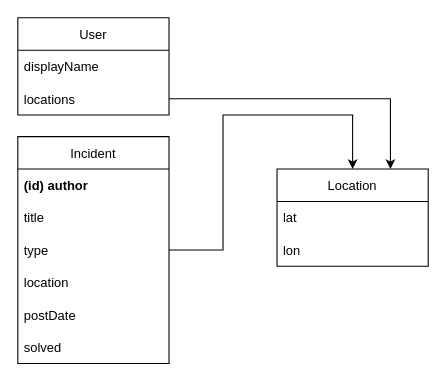
The draw.io diagram lostnfound-api/docs/domain-model.drawio in moraruvm/lost-n-found, before the edit. Source tidied: cells renumbered, new cells numbered last; positions are measured from the earlier drawing's top-left corner, leaving out a move shared by most shapes. Both pictures are drawn from the tidied source at 108%, with x=0, y=0 at pixel (17, 17).
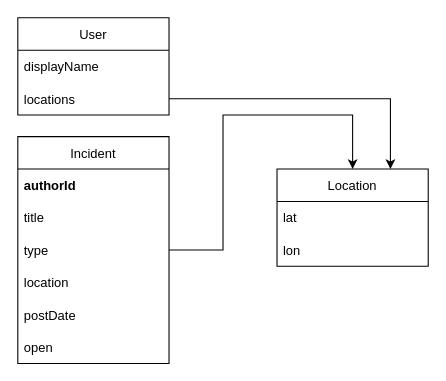
The same page after the edit.

Change to the diagram source:
```diff
@@
 <mxGraphModel>
   <root>
     <mxCell id="0" />
     <mxCell id="1" parent="0" />
     <mxCell id="2" value="User" style="swimlane;fontStyle=0;horizontal=1;startSize=30;" parent="1" vertex="1">
       <mxGeometry width="140" height="90" as="geometry" />
     </mxCell>
     <mxCell id="3" value="displayName" style="text;strokeColor=none;fillColor=none;align=left;verticalAlign=middle;spacingLeft=4;spacingRight=4;overflow=hidden;" parent="2" vertex="1">
       <mxGeometry y="30" width="140" height="30" as="geometry" />
     </mxCell>
     <mxCell id="4" value="locations" style="text;strokeColor=none;fillColor=none;align=left;verticalAlign=middle;spacingLeft=4;spacingRight=4;overflow=hidden;points=[[0,0.5],[1,0.5]];portConstraint=eastwest;" parent="2" vertex="1">
       <mxGeometry y="60" width="140" height="30" as="geometry" />
     </mxCell>
     <mxCell id="5" value="Location" style="swimlane;fontStyle=0;horizontal=1;startSize=30;" parent="1" vertex="1">
       <mxGeometry x="240" y="140" width="140" height="90" as="geometry" />
     </mxCell>
     <mxCell id="6" value="lat" style="text;strokeColor=none;fillColor=none;align=left;verticalAlign=middle;spacingLeft=4;spacingRight=4;overflow=hidden;" parent="5" vertex="1">
       <mxGeometry y="30" width="140" height="30" as="geometry" />
     </mxCell>
     <mxCell id="7" value="lon" style="text;strokeColor=none;fillColor=none;align=left;verticalAlign=middle;spacingLeft=4;spacingRight=4;overflow=hidden;" parent="5" vertex="1">
       <mxGeometry y="60" width="140" height="30" as="geometry" />
     </mxCell>
     <mxCell id="8" style="edgeStyle=orthogonalEdgeStyle;rounded=0;jettySize=auto;html=1;entryX=0.75;entryY=0;entryDx=0;entryDy=0;" parent="1" edge="1" source="4" target="5">
       <mxGeometry relative="1" as="geometry" />
     </mxCell>
     <mxCell id="9" style="edgeStyle=orthogonalEdgeStyle;rounded=0;jettySize=auto;html=1;entryX=0.5;entryY=0;entryDx=0;entryDy=0;" parent="1" edge="1" source="10" target="5">
       <mxGeometry relative="1" as="geometry" />
     </mxCell>
     <mxCell id="10" value="Incident" style="swimlane;fontStyle=0;horizontal=1;startSize=30;" parent="1" vertex="1">
       <mxGeometry y="110" width="140" height="210" as="geometry" />
     </mxCell>
-    <mxCell id="11" value="(id) author" style="text;strokeColor=none;fillColor=none;align=left;verticalAlign=middle;spacingLeft=4;spacingRight=4;overflow=hidden;fontStyle=1;" parent="10" vertex="1">
+    <mxCell id="11" value="authorId" style="text;strokeColor=none;fillColor=none;align=left;verticalAlign=middle;spacingLeft=4;spacingRight=4;overflow=hidden;fontStyle=1;" parent="10" vertex="1">
       <mxGeometry y="30" width="140" height="30" as="geometry" />
     </mxCell>
     <mxCell id="12" value="title" style="text;strokeColor=none;fillColor=none;align=left;verticalAlign=middle;spacingLeft=4;spacingRight=4;overflow=hidden;" parent="10" vertex="1">
       <mxGeometry y="60" width="140" height="30" as="geometry" />
     </mxCell>
     <mxCell id="13" value="type" style="text;strokeColor=none;fillColor=none;align=left;verticalAlign=middle;spacingLeft=4;spacingRight=4;overflow=hidden;" parent="10" vertex="1">
       <mxGeometry y="90" width="140" height="30" as="geometry" />
     </mxCell>
     <mxCell id="14" value="location" style="text;strokeColor=none;fillColor=none;align=left;verticalAlign=middle;spacingLeft=4;spacingRight=4;overflow=hidden;" parent="10" vertex="1">
       <mxGeometry y="120" width="140" height="30" as="geometry" />
     </mxCell>
     <mxCell id="15" value="postDate" style="text;strokeColor=none;fillColor=none;align=left;verticalAlign=middle;spacingLeft=4;spacingRight=4;overflow=hidden;" parent="10" vertex="1">
       <mxGeometry y="150" width="140" height="30" as="geometry" />
     </mxCell>
-    <mxCell id="16" value="solved" style="text;strokeColor=none;fillColor=none;align=left;verticalAlign=middle;spacingLeft=4;spacingRight=4;overflow=hidden;" parent="10" vertex="1">
+    <mxCell id="16" value="open" style="text;strokeColor=none;fillColor=none;align=left;verticalAlign=middle;spacingLeft=4;spacingRight=4;overflow=hidden;" parent="10" vertex="1">
       <mxGeometry y="180" width="140" height="30" as="geometry" />
     </mxCell>
   </root>
 </mxGraphModel>
```
